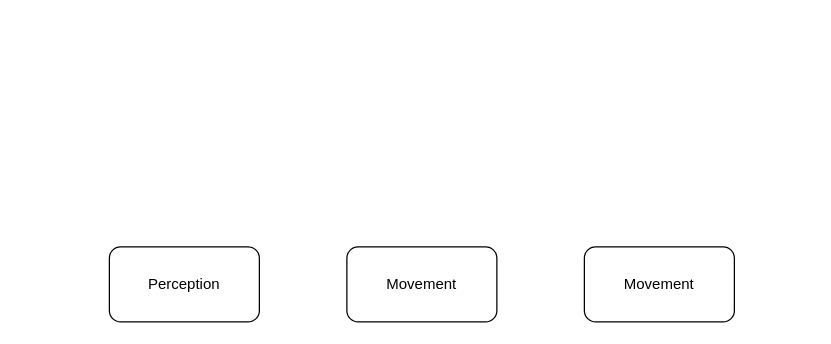
The draw.io diagram Concept.drawio in PumpKPie/quadruped-development, before the edit. Source tidied: cells renumbered, new cells numbered last; positions are measured from the earlier drawing's top-left corner, leaving out a move shared by most shapes. Both pictures are drawn from the tidied source at 125%, with x=0, y=0 at pixel (109, 246).
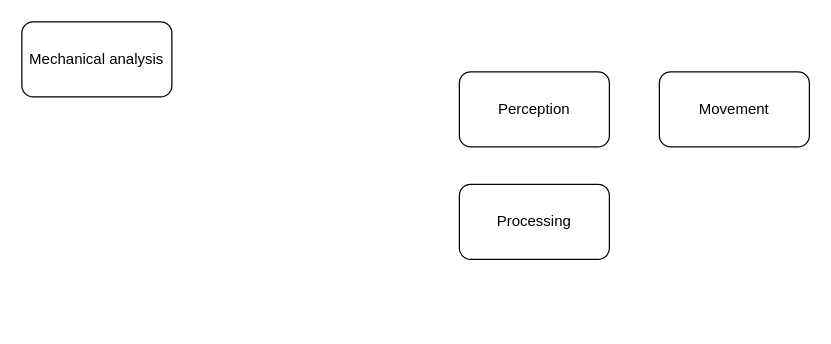
The same page after the edit.

Change to the diagram source:
```diff
@@
 <mxGraphModel>
   <root>
     <mxCell id="0" />
     <mxCell id="1" parent="0" />
     <mxCell id="2" value="Perception" style="rounded=1;whiteSpace=wrap;html=1;" parent="1" vertex="1">
-      <mxGeometry width="120" height="60" as="geometry" />
+      <mxGeometry x="280" y="-140" width="120" height="60" as="geometry" />
     </mxCell>
     <mxCell id="3" value="Movement" style="rounded=1;whiteSpace=wrap;html=1;" parent="1" vertex="1">
-      <mxGeometry x="190" width="120" height="60" as="geometry" />
+      <mxGeometry x="440" y="-140" width="120" height="60" as="geometry" />
     </mxCell>
-    <mxCell id="4" value="Movement" style="rounded=1;whiteSpace=wrap;html=1;" parent="1" vertex="1">
-      <mxGeometry x="380" width="120" height="60" as="geometry" />
+    <mxCell id="4" value="Processing" style="rounded=1;whiteSpace=wrap;html=1;" parent="1" vertex="1">
+      <mxGeometry x="280" y="-50" width="120" height="60" as="geometry" />
     </mxCell>
+    <mxCell id="5" value="Mechanical analysis" style="rounded=1;whiteSpace=wrap;html=1;" parent="1" vertex="1">
+      <mxGeometry x="-70" y="-180" width="120" height="60" as="geometry" />
+    </mxCell>
   </root>
 </mxGraphModel>
```
